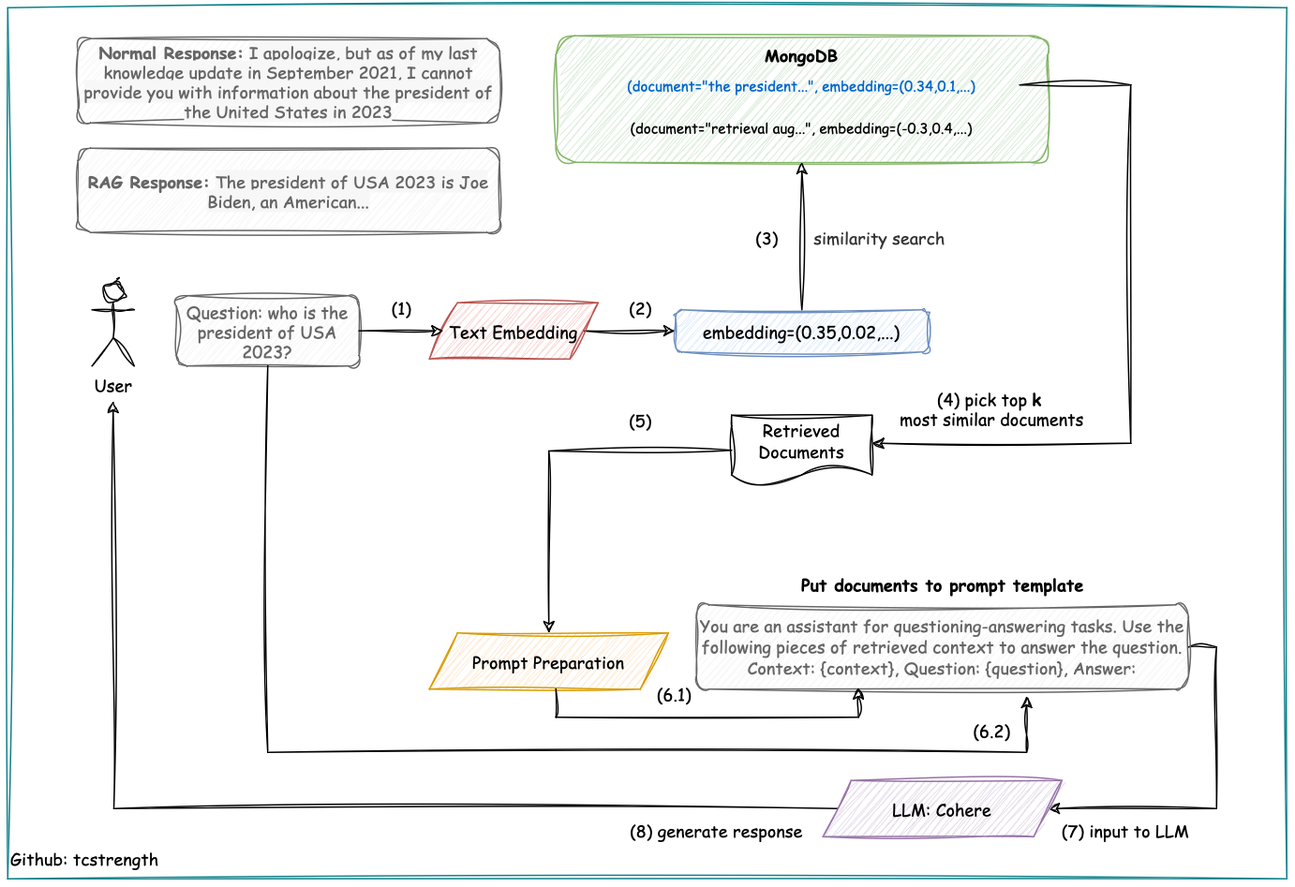
Earlier version of the draw.io export natural-language-processing/images/rag.png (tcstrength/computer-science). Source tidied: cells renumbered, new cells last; positions are measured from the earlier drawing's top-left corner, leaving out a move shared by most shapes. The source it was exported from:
```xml
<mxGraphModel>
  <root>
    <mxCell id="0" />
    <mxCell id="1" parent="0" />
    <mxCell id="2" style="rounded=0;whiteSpace=wrap;html=1;fillColor=#ffffff;sketch=1;curveFitting=1;jiggle=2;strokeColor=#0e8088;" parent="1" vertex="1">
      <mxGeometry width="910" height="620" as="geometry" />
    </mxCell>
    <mxCell id="3" value="User" style="shape=umlActor;verticalLabelPosition=bottom;verticalAlign=top;html=1;sketch=1;curveFitting=1;jiggle=2;fontFamily=Comic Sans MS;" parent="1" vertex="1">
      <mxGeometry x="60" y="195" width="30" height="60" as="geometry" />
    </mxCell>
    <mxCell id="4" value="Question: who is the president of USA 2023?" style="rounded=1;whiteSpace=wrap;html=1;fontFamily=Comic Sans MS;sketch=1;curveFitting=1;jiggle=2;fillColor=#f5f5f5;fontColor=#666666;strokeColor=#666666;" parent="1" vertex="1">
      <mxGeometry x="120" y="205" width="130" height="50" as="geometry" />
    </mxCell>
    <mxCell id="5" style="group;" parent="1" vertex="1">
      <mxGeometry x="390" y="20" width="350" height="90" as="geometry" />
    </mxCell>
    <mxCell id="6" value="MongoDB" style="rounded=1;whiteSpace=wrap;html=1;sketch=1;curveFitting=1;jiggle=2;verticalAlign=top;fontFamily=Comic Sans MS;fillColor=#d5e8d4;strokeColor=#82b366;fontStyle=1;" parent="5" vertex="1">
      <mxGeometry width="350" height="90" as="geometry" />
    </mxCell>
    <mxCell id="7" value="&lt;font style=&quot;font-size: 10px;&quot;&gt;(document=&quot;the president...&quot;, embedding=(0.34,0.1,...)&lt;/font&gt;" style="text;html=1;align=center;verticalAlign=middle;whiteSpace=wrap;rounded=0;fontFamily=Comic Sans MS;fontSize=9;fontStyle=0;fontColor=#0066CC;" parent="5" vertex="1">
      <mxGeometry x="20" y="20" width="310" height="30" as="geometry" />
    </mxCell>
    <mxCell id="8" value="&lt;font style=&quot;font-size: 10px;&quot;&gt;(document=&quot;retrieval aug...&quot;, embedding=(-0.3,0.4,...)&lt;/font&gt;" style="text;html=1;align=center;verticalAlign=middle;whiteSpace=wrap;rounded=0;fontFamily=Comic Sans MS;fontSize=9;" parent="5" vertex="1">
      <mxGeometry x="20" y="50" width="310" height="30" as="geometry" />
    </mxCell>
    <mxCell id="9" style="edgeStyle=orthogonalEdgeStyle;rounded=0;jettySize=auto;html=1;sketch=1;curveFitting=1;jiggle=2;flowAnimation=1;" parent="1" edge="1" source="7" target="23">
      <mxGeometry relative="1" as="geometry">
        <Array as="points">
          <mxPoint x="799" y="55" />
          <mxPoint x="799" y="310" />
        </Array>
      </mxGeometry>
    </mxCell>
    <mxCell id="10" style="edgeStyle=orthogonalEdgeStyle;rounded=0;jettySize=auto;html=1;sketch=1;curveFitting=1;jiggle=2;" parent="1" edge="1" source="11" target="13">
      <mxGeometry relative="1" as="geometry" />
    </mxCell>
    <mxCell id="11" value="Text Embedding" style="shape=parallelogram;perimeter=parallelogramPerimeter;whiteSpace=wrap;html=1;fixedSize=1;sketch=1;curveFitting=1;jiggle=2;fontFamily=Comic Sans MS;fillColor=#f8cecc;strokeColor=#b85450;" parent="1" vertex="1">
      <mxGeometry x="300" y="210" width="120" height="40" as="geometry" />
    </mxCell>
    <mxCell id="12" style="edgeStyle=orthogonalEdgeStyle;rounded=0;jettySize=auto;html=1;sketch=1;curveFitting=1;jiggle=2;flowAnimation=1;" parent="1" edge="1" source="13" target="6">
      <mxGeometry relative="1" as="geometry" />
    </mxCell>
    <mxCell id="13" value="embedding=(0.35,0.02,...)" style="rounded=1;whiteSpace=wrap;html=1;fillColor=#dae8fc;strokeColor=#6c8ebf;fontFamily=Comic Sans MS;sketch=1;curveFitting=1;jiggle=2;" parent="1" vertex="1">
      <mxGeometry x="475" y="215" width="180" height="30" as="geometry" />
    </mxCell>
    <mxCell id="14" value="similarity search" style="text;html=1;align=center;verticalAlign=middle;strokeColor=none;fillColor=none;fontColor=#333333;rounded=0;glass=0;fontFamily=Comic Sans MS;" parent="1" vertex="1">
      <mxGeometry x="560" y="148" width="120" height="30" as="geometry" />
    </mxCell>
    <mxCell id="15" value="Prompt Preparation" style="shape=parallelogram;perimeter=parallelogramPerimeter;whiteSpace=wrap;html=1;fixedSize=1;sketch=1;curveFitting=1;jiggle=2;fontFamily=Comic Sans MS;fillColor=#ffe6cc;strokeColor=#d79b00;" parent="1" vertex="1">
      <mxGeometry x="300" y="445" width="170" height="40" as="geometry" />
    </mxCell>
    <mxCell id="16" style="edgeStyle=orthogonalEdgeStyle;rounded=0;jettySize=auto;html=1;sketch=1;curveFitting=1;jiggle=2;flowAnimation=1;" parent="1" edge="1" target="15">
      <mxGeometry relative="1" as="geometry">
        <mxPoint x="515" y="315" as="sourcePoint" />
      </mxGeometry>
    </mxCell>
    <mxCell id="17" style="edgeStyle=orthogonalEdgeStyle;rounded=0;jettySize=auto;html=1;sketch=1;curveFitting=1;jiggle=2;flowAnimation=1;exitX=1;exitY=0.5;exitDx=0;exitDy=0;entryX=1;entryY=0.5;entryDx=0;entryDy=0;" parent="1" edge="1" source="18" target="22">
      <mxGeometry relative="1" as="geometry">
        <Array as="points">
          <mxPoint x="860" y="455" />
          <mxPoint x="860" y="570" />
        </Array>
      </mxGeometry>
    </mxCell>
    <mxCell id="18" value="&lt;span style=&quot;caret-color: rgb(102, 102, 102); color: rgb(102, 102, 102); font-family: &amp;quot;Comic Sans MS&amp;quot;; text-align: left;&quot;&gt;You are an assistant for questioning-answering tasks. Use the following pieces of retrieved context to answer the question. Context: {context}, Question: {question}, Answer:&lt;/span&gt;" style="rounded=1;whiteSpace=wrap;html=1;fillColor=#f5f5f5;fontColor=#333333;strokeColor=#666666;sketch=1;curveFitting=1;jiggle=2;" parent="1" vertex="1">
      <mxGeometry x="490" y="425" width="350" height="60" as="geometry" />
    </mxCell>
    <mxCell id="19" value="Put documents to prompt template" style="text;html=1;align=center;verticalAlign=middle;strokeColor=none;fillColor=none;fontStyle=1;fontFamily=Comic Sans MS;" parent="1" vertex="1">
      <mxGeometry x="555" y="395" width="220" height="30" as="geometry" />
    </mxCell>
    <mxCell id="20" style="edgeStyle=orthogonalEdgeStyle;rounded=0;jettySize=auto;html=1;entryX=0.329;entryY=0.983;entryDx=0;entryDy=0;entryPerimeter=0;sketch=1;curveFitting=1;jiggle=2;flowAnimation=1;" parent="1" edge="1" source="15" target="18">
      <mxGeometry relative="1" as="geometry">
        <Array as="points">
          <mxPoint x="390" y="505" />
          <mxPoint x="605" y="505" />
        </Array>
      </mxGeometry>
    </mxCell>
    <mxCell id="21" style="edgeStyle=orthogonalEdgeStyle;rounded=0;jettySize=auto;html=1;sketch=1;curveFitting=1;jiggle=2;flowAnimation=1;" parent="1" edge="1" source="22">
      <mxGeometry relative="1" as="geometry">
        <mxPoint x="75" y="280" as="targetPoint" />
      </mxGeometry>
    </mxCell>
    <mxCell id="22" value="LLM: Cohere" style="shape=parallelogram;perimeter=parallelogramPerimeter;whiteSpace=wrap;html=1;fixedSize=1;sketch=1;curveFitting=1;jiggle=2;fontFamily=Comic Sans MS;fillColor=#e1d5e7;strokeColor=#9673a6;" parent="1" vertex="1">
      <mxGeometry x="580" y="550" width="170" height="40" as="geometry" />
    </mxCell>
    <mxCell id="23" value="&lt;span style=&quot;font-family: &amp;quot;Comic Sans MS&amp;quot;;&quot;&gt;Retrieved&lt;/span&gt;&lt;div style=&quot;font-family: &amp;quot;Comic Sans MS&amp;quot;;&quot;&gt;Documents&lt;/div&gt;" style="shape=document;whiteSpace=wrap;html=1;boundedLbl=1;sketch=1;curveFitting=1;jiggle=2;" parent="1" vertex="1">
      <mxGeometry x="515" y="290" width="100" height="50" as="geometry" />
    </mxCell>
    <mxCell id="24" style="edgeStyle=orthogonalEdgeStyle;rounded=0;jettySize=auto;html=1;sketch=1;curveFitting=1;jiggle=2;flowAnimation=1;" parent="1" edge="1" source="4" target="11">
      <mxGeometry relative="1" as="geometry" />
    </mxCell>
    <mxCell id="25" style="edgeStyle=orthogonalEdgeStyle;rounded=0;jettySize=auto;html=1;entryX=0.671;entryY=1.083;entryDx=0;entryDy=0;entryPerimeter=0;sketch=1;curveFitting=1;jiggle=2;flowAnimation=1;" parent="1" edge="1" source="4" target="18">
      <mxGeometry relative="1" as="geometry">
        <Array as="points">
          <mxPoint x="185" y="530" />
          <mxPoint x="725" y="530" />
        </Array>
      </mxGeometry>
    </mxCell>
    <mxCell id="26" value="(1)" style="text;html=1;align=center;verticalAlign=middle;strokeColor=none;fillColor=none;fontFamily=Comic Sans MS;" parent="1" vertex="1">
      <mxGeometry x="260" y="198" width="40" height="30" as="geometry" />
    </mxCell>
    <mxCell id="27" value="(2)" style="text;html=1;align=center;verticalAlign=middle;strokeColor=none;fillColor=none;fontFamily=Comic Sans MS;" parent="1" vertex="1">
      <mxGeometry x="430" y="198" width="40" height="30" as="geometry" />
    </mxCell>
    <mxCell id="28" value="(3)" style="text;html=1;align=center;verticalAlign=middle;strokeColor=none;fillColor=none;fontFamily=Comic Sans MS;" parent="1" vertex="1">
      <mxGeometry x="520" y="148" width="40" height="30" as="geometry" />
    </mxCell>
    <mxCell id="29" value="(4) pick top &lt;b&gt;k&lt;/b&gt;&amp;nbsp;&lt;div&gt;most similar documents&lt;/div&gt;" style="text;html=1;align=center;verticalAlign=middle;strokeColor=none;fillColor=none;fontFamily=Comic Sans MS;" parent="1" vertex="1">
      <mxGeometry x="625" y="265" width="150" height="40" as="geometry" />
    </mxCell>
    <mxCell id="30" value="(5)" style="text;html=1;align=center;verticalAlign=middle;strokeColor=none;fillColor=none;fontFamily=Comic Sans MS;" parent="1" vertex="1">
      <mxGeometry x="430" y="278" width="40" height="30" as="geometry" />
    </mxCell>
    <mxCell id="31" value="(6.1)" style="text;html=1;align=center;verticalAlign=middle;strokeColor=none;fillColor=none;fontFamily=Comic Sans MS;" parent="1" vertex="1">
      <mxGeometry x="449" y="473" width="50" height="30" as="geometry" />
    </mxCell>
    <mxCell id="32" value="(6.2)" style="text;html=1;align=center;verticalAlign=middle;strokeColor=none;fillColor=none;fontFamily=Comic Sans MS;" parent="1" vertex="1">
      <mxGeometry x="675" y="499" width="50" height="30" as="geometry" />
    </mxCell>
    <mxCell id="33" value="(7) input to LLM" style="text;html=1;align=center;verticalAlign=middle;strokeColor=none;fillColor=none;fontFamily=Comic Sans MS;" parent="1" vertex="1">
      <mxGeometry x="740" y="570" width="110" height="30" as="geometry" />
    </mxCell>
    <mxCell id="34" value="(8) generate response" style="text;html=1;align=center;verticalAlign=middle;strokeColor=none;fillColor=none;fontFamily=Comic Sans MS;" parent="1" vertex="1">
      <mxGeometry x="429" y="570" width="150" height="30" as="geometry" />
    </mxCell>
    <mxCell id="35" value="&lt;font style=&quot;font-size: 12px;&quot;&gt;&lt;b&gt;Normal Response:&lt;/b&gt;&amp;nbsp;&lt;span style=&quot;text-align: start; background-color: rgb(247, 247, 247);&quot;&gt;I apologize, but as of my last knowledge update in September 2021, I cannot provide you with information about the president of the United States in 2023&lt;/span&gt;&lt;/font&gt;" style="rounded=1;whiteSpace=wrap;html=1;fontFamily=Comic Sans MS;fillColor=#f5f5f5;fontColor=#666666;strokeColor=#666666;sketch=1;curveFitting=1;jiggle=2;" parent="1" vertex="1">
      <mxGeometry x="50" y="22" width="300" height="60" as="geometry" />
    </mxCell>
    <mxCell id="36" value="&lt;font style=&quot;font-size: 12px;&quot;&gt;&lt;b&gt;RAG Response:&lt;/b&gt;&amp;nbsp;&lt;span style=&quot;text-align: start; background-color: rgb(247, 247, 247);&quot;&gt;The president of USA 2023 is Joe Biden, an American...&lt;/span&gt;&lt;/font&gt;" style="rounded=1;whiteSpace=wrap;html=1;fontFamily=Comic Sans MS;fillColor=#f5f5f5;fontColor=#666666;strokeColor=#666666;sketch=1;curveFitting=1;jiggle=2;" parent="1" vertex="1">
      <mxGeometry x="50" y="100" width="300" height="60" as="geometry" />
    </mxCell>
    <mxCell id="37" value="Github: tcstrength" style="text;html=1;align=center;verticalAlign=middle;whiteSpace=wrap;rounded=0;fontFamily=Comic Sans MS;" parent="1" vertex="1">
      <mxGeometry y="590" width="110" height="30" as="geometry" />
    </mxCell>
  </root>
</mxGraphModel>
```
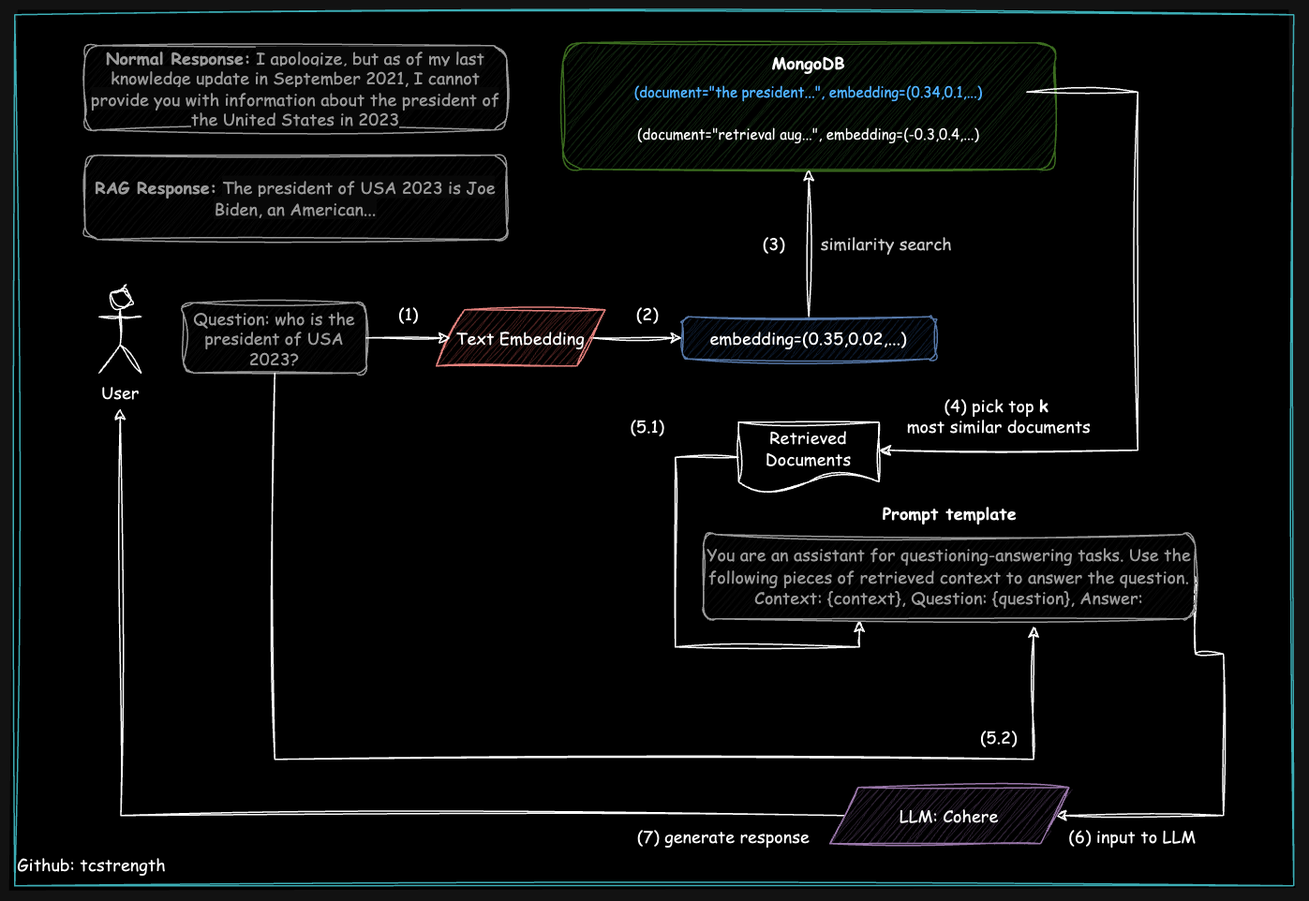
Above is the later version.

Change to the diagram source:
```diff
@@ -46,12 +46,14 @@
     <mxCell id="14" value="similarity search" style="text;html=1;align=center;verticalAlign=middle;strokeColor=none;fillColor=none;fontColor=#333333;rounded=0;glass=0;fontFamily=Comic Sans MS;" parent="1" vertex="1">
       <mxGeometry x="560" y="148" width="120" height="30" as="geometry" />
     </mxCell>
-    <mxCell id="15" value="Prompt Preparation" style="shape=parallelogram;perimeter=parallelogramPerimeter;whiteSpace=wrap;html=1;fixedSize=1;sketch=1;curveFitting=1;jiggle=2;fontFamily=Comic Sans MS;fillColor=#ffe6cc;strokeColor=#d79b00;" parent="1" vertex="1">
-      <mxGeometry x="300" y="445" width="170" height="40" as="geometry" />
-    </mxCell>
-    <mxCell id="16" style="edgeStyle=orthogonalEdgeStyle;rounded=0;jettySize=auto;html=1;sketch=1;curveFitting=1;jiggle=2;flowAnimation=1;" parent="1" edge="1" target="15">
+    <mxCell id="16" style="edgeStyle=orthogonalEdgeStyle;rounded=0;jettySize=auto;html=1;sketch=1;curveFitting=1;jiggle=2;flowAnimation=1;entryX=0.317;entryY=1.017;entryDx=0;entryDy=0;entryPerimeter=0;" parent="1" edge="1" target="18">
       <mxGeometry relative="1" as="geometry">
         <mxPoint x="515" y="315" as="sourcePoint" />
+        <Array as="points">
+          <mxPoint x="470" y="315" />
+          <mxPoint x="470" y="450" />
+          <mxPoint x="601" y="450" />
+        </Array>
       </mxGeometry>
     </mxCell>
     <mxCell id="17" style="edgeStyle=orthogonalEdgeStyle;rounded=0;jettySize=auto;html=1;sketch=1;curveFitting=1;jiggle=2;flowAnimation=1;exitX=1;exitY=0.5;exitDx=0;exitDy=0;entryX=1;entryY=0.5;entryDx=0;entryDy=0;" parent="1" edge="1" source="18" target="22">
@@ -63,19 +65,11 @@
       </mxGeometry>
     </mxCell>
     <mxCell id="18" value="&lt;span style=&quot;caret-color: rgb(102, 102, 102); color: rgb(102, 102, 102); font-family: &amp;quot;Comic Sans MS&amp;quot;; text-align: left;&quot;&gt;You are an assistant for questioning-answering tasks. Use the following pieces of retrieved context to answer the question. Context: {context}, Question: {question}, Answer:&lt;/span&gt;" style="rounded=1;whiteSpace=wrap;html=1;fillColor=#f5f5f5;fontColor=#333333;strokeColor=#666666;sketch=1;curveFitting=1;jiggle=2;" parent="1" vertex="1">
-      <mxGeometry x="490" y="425" width="350" height="60" as="geometry" />
+      <mxGeometry x="490" y="370" width="350" height="60" as="geometry" />
     </mxCell>
-    <mxCell id="19" value="Put documents to prompt template" style="text;html=1;align=center;verticalAlign=middle;strokeColor=none;fillColor=none;fontStyle=1;fontFamily=Comic Sans MS;" parent="1" vertex="1">
-      <mxGeometry x="555" y="395" width="220" height="30" as="geometry" />
+    <mxCell id="19" value="Prompt template" style="text;html=1;align=center;verticalAlign=middle;strokeColor=none;fillColor=none;fontStyle=1;fontFamily=Comic Sans MS;" parent="1" vertex="1">
+      <mxGeometry x="605" y="340" width="120" height="30" as="geometry" />
     </mxCell>
-    <mxCell id="20" style="edgeStyle=orthogonalEdgeStyle;rounded=0;jettySize=auto;html=1;entryX=0.329;entryY=0.983;entryDx=0;entryDy=0;entryPerimeter=0;sketch=1;curveFitting=1;jiggle=2;flowAnimation=1;" parent="1" edge="1" source="15" target="18">
-      <mxGeometry relative="1" as="geometry">
-        <Array as="points">
-          <mxPoint x="390" y="505" />
-          <mxPoint x="605" y="505" />
-        </Array>
-      </mxGeometry>
-    </mxCell>
     <mxCell id="21" style="edgeStyle=orthogonalEdgeStyle;rounded=0;jettySize=auto;html=1;sketch=1;curveFitting=1;jiggle=2;flowAnimation=1;" parent="1" edge="1" source="22">
       <mxGeometry relative="1" as="geometry">
         <mxPoint x="75" y="280" as="targetPoint" />
@@ -110,19 +104,16 @@
     <mxCell id="29" value="(4) pick top &lt;b&gt;k&lt;/b&gt;&amp;nbsp;&lt;div&gt;most similar documents&lt;/div&gt;" style="text;html=1;align=center;verticalAlign=middle;strokeColor=none;fillColor=none;fontFamily=Comic Sans MS;" parent="1" vertex="1">
       <mxGeometry x="625" y="265" width="150" height="40" as="geometry" />
     </mxCell>
-    <mxCell id="30" value="(5)" style="text;html=1;align=center;verticalAlign=middle;strokeColor=none;fillColor=none;fontFamily=Comic Sans MS;" parent="1" vertex="1">
-      <mxGeometry x="430" y="278" width="40" height="30" as="geometry" />
+    <mxCell id="30" value="(5.1)" style="text;html=1;align=center;verticalAlign=middle;strokeColor=none;fillColor=none;fontFamily=Comic Sans MS;" parent="1" vertex="1">
+      <mxGeometry x="425" y="278" width="50" height="30" as="geometry" />
     </mxCell>
-    <mxCell id="31" value="(6.1)" style="text;html=1;align=center;verticalAlign=middle;strokeColor=none;fillColor=none;fontFamily=Comic Sans MS;" parent="1" vertex="1">
-      <mxGeometry x="449" y="473" width="50" height="30" as="geometry" />
-    </mxCell>
-    <mxCell id="32" value="(6.2)" style="text;html=1;align=center;verticalAlign=middle;strokeColor=none;fillColor=none;fontFamily=Comic Sans MS;" parent="1" vertex="1">
+    <mxCell id="32" value="(5.2)" style="text;html=1;align=center;verticalAlign=middle;strokeColor=none;fillColor=none;fontFamily=Comic Sans MS;" parent="1" vertex="1">
       <mxGeometry x="675" y="499" width="50" height="30" as="geometry" />
     </mxCell>
-    <mxCell id="33" value="(7) input to LLM" style="text;html=1;align=center;verticalAlign=middle;strokeColor=none;fillColor=none;fontFamily=Comic Sans MS;" parent="1" vertex="1">
+    <mxCell id="33" value="(6) input to LLM" style="text;html=1;align=center;verticalAlign=middle;strokeColor=none;fillColor=none;fontFamily=Comic Sans MS;" parent="1" vertex="1">
       <mxGeometry x="740" y="570" width="110" height="30" as="geometry" />
     </mxCell>
-    <mxCell id="34" value="(8) generate response" style="text;html=1;align=center;verticalAlign=middle;strokeColor=none;fillColor=none;fontFamily=Comic Sans MS;" parent="1" vertex="1">
+    <mxCell id="34" value="(7) generate response" style="text;html=1;align=center;verticalAlign=middle;strokeColor=none;fillColor=none;fontFamily=Comic Sans MS;" parent="1" vertex="1">
       <mxGeometry x="429" y="570" width="150" height="30" as="geometry" />
     </mxCell>
     <mxCell id="35" value="&lt;font style=&quot;font-size: 12px;&quot;&gt;&lt;b&gt;Normal Response:&lt;/b&gt;&amp;nbsp;&lt;span style=&quot;text-align: start; background-color: rgb(247, 247, 247);&quot;&gt;I apologize, but as of my last knowledge update in September 2021, I cannot provide you with information about the president of the United States in 2023&lt;/span&gt;&lt;/font&gt;" style="rounded=1;whiteSpace=wrap;html=1;fontFamily=Comic Sans MS;fillColor=#f5f5f5;fontColor=#666666;strokeColor=#666666;sketch=1;curveFitting=1;jiggle=2;" parent="1" vertex="1">
```
